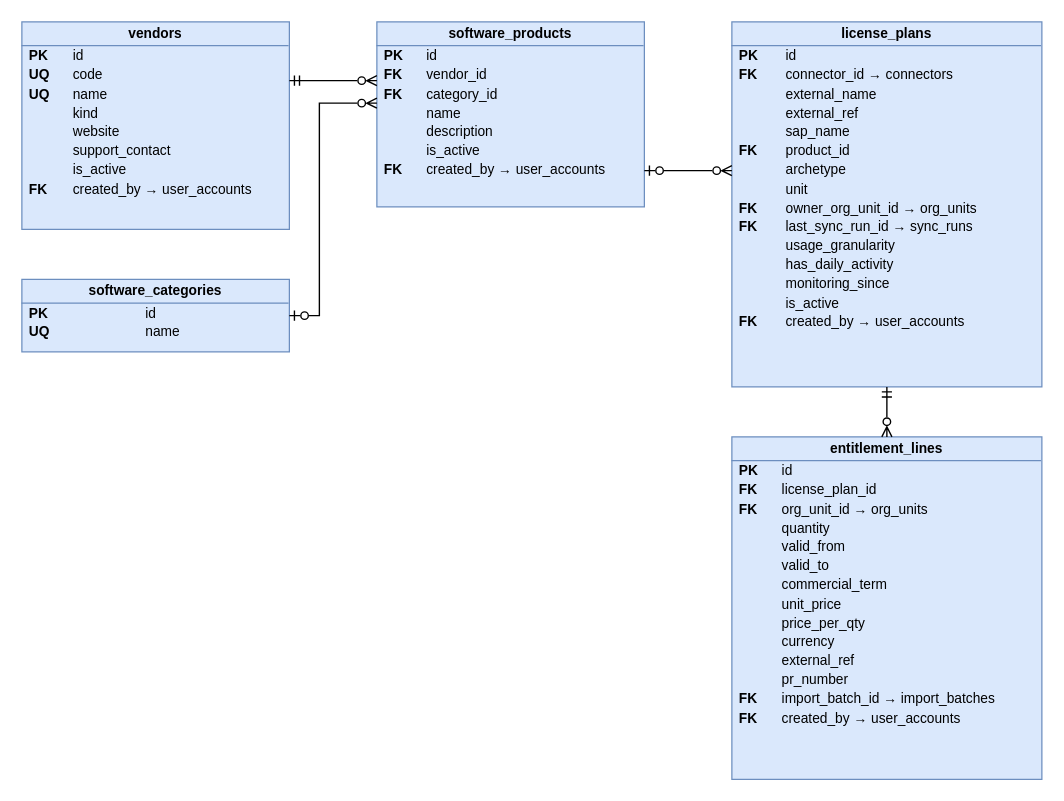
Before: docs/database/diagrams/erd_license_catalog.drawio in cuonglpv/VFast, a draw.io diagram. Source tidied: cells renumbered, new cells numbered last; positions are measured from the earlier drawing's top-left corner, leaving out a move shared by most shapes. Both pictures are drawn from the tidied source at 125%, with x=0, y=0 at pixel (21, 21).
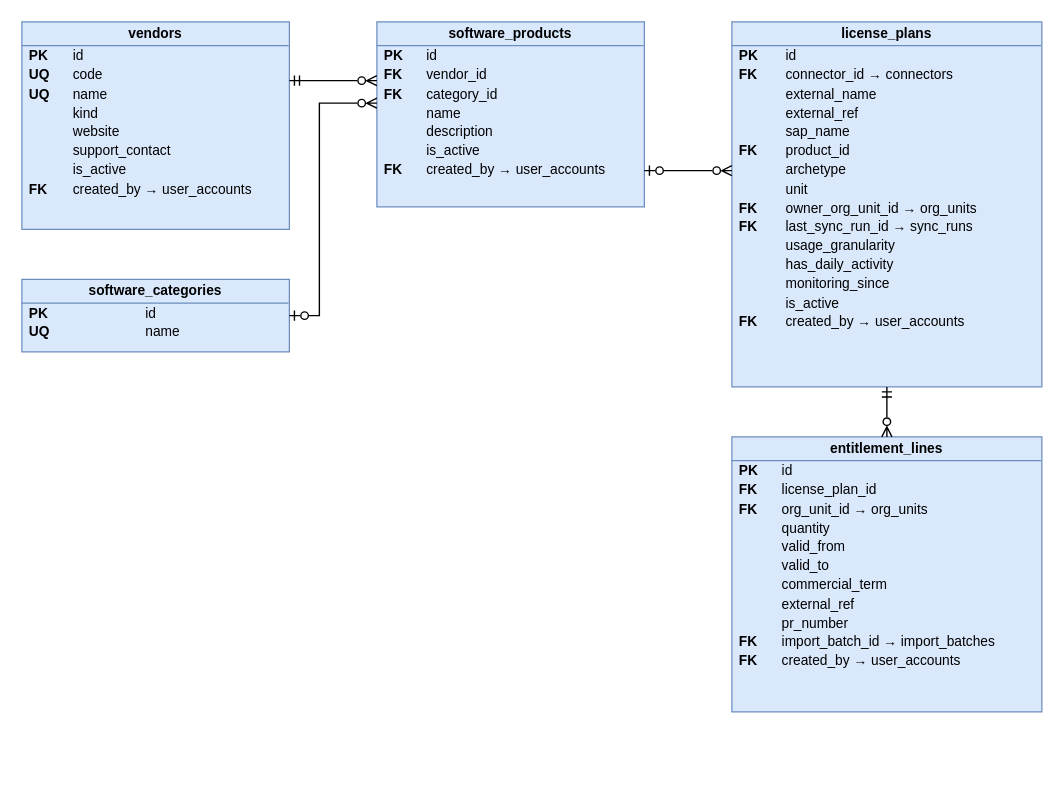
Above is the later version.

Diff of the diagram source:
```diff
@@
 <mxGraphModel>
   <root>
     <mxCell id="0" />
     <mxCell id="1" parent="0" />
     <mxCell id="2" value="&lt;div style=&quot;font-weight:bold;text-align:center;padding:3px 0;border-bottom:1px solid #6C8EBF;&quot;&gt;vendors&lt;/div&gt;&lt;table style=&quot;width:100%;font-size:11px;border-collapse:collapse;&quot;&gt;&lt;tr&gt;&lt;td style=&quot;padding:1px 8px 1px 6px;&quot;&gt;&lt;b&gt;PK&lt;/b&gt;&lt;/td&gt;&lt;td style=&quot;padding:1px 6px;&quot;&gt;id&lt;/td&gt;&lt;/tr&gt;&lt;tr&gt;&lt;td style=&quot;padding:1px 8px 1px 6px;&quot;&gt;&lt;b&gt;UQ&lt;/b&gt;&lt;/td&gt;&lt;td style=&quot;padding:1px 6px;&quot;&gt;code&lt;/td&gt;&lt;/tr&gt;&lt;tr&gt;&lt;td style=&quot;padding:1px 8px 1px 6px;&quot;&gt;&lt;b&gt;UQ&lt;/b&gt;&lt;/td&gt;&lt;td style=&quot;padding:1px 6px;&quot;&gt;name&lt;/td&gt;&lt;/tr&gt;&lt;tr&gt;&lt;td style=&quot;padding:1px 8px 1px 6px;&quot;&gt;&lt;b&gt;&lt;/b&gt;&lt;/td&gt;&lt;td style=&quot;padding:1px 6px;&quot;&gt;kind&lt;/td&gt;&lt;/tr&gt;&lt;tr&gt;&lt;td style=&quot;padding:1px 8px 1px 6px;&quot;&gt;&lt;b&gt;&lt;/b&gt;&lt;/td&gt;&lt;td style=&quot;padding:1px 6px;&quot;&gt;website&lt;/td&gt;&lt;/tr&gt;&lt;tr&gt;&lt;td style=&quot;padding:1px 8px 1px 6px;&quot;&gt;&lt;b&gt;&lt;/b&gt;&lt;/td&gt;&lt;td style=&quot;padding:1px 6px;&quot;&gt;support_contact&lt;/td&gt;&lt;/tr&gt;&lt;tr&gt;&lt;td style=&quot;padding:1px 8px 1px 6px;&quot;&gt;&lt;b&gt;&lt;/b&gt;&lt;/td&gt;&lt;td style=&quot;padding:1px 6px;&quot;&gt;is_active&lt;/td&gt;&lt;/tr&gt;&lt;tr&gt;&lt;td style=&quot;padding:1px 8px 1px 6px;&quot;&gt;&lt;b&gt;FK&lt;/b&gt;&lt;/td&gt;&lt;td style=&quot;padding:1px 6px;&quot;&gt;created_by → user_accounts&lt;/td&gt;&lt;/tr&gt;&lt;/table&gt;" style="rounded=0;whiteSpace=wrap;html=1;verticalAlign=top;align=left;spacing=0;overflow=fill;fillColor=#DAE8FC;strokeColor=#6C8EBF;fontSize=11;" parent="1" vertex="1">
       <mxGeometry width="214" height="166" as="geometry" />
     </mxCell>
     <mxCell id="3" value="&lt;div style=&quot;font-weight:bold;text-align:center;padding:3px 0;border-bottom:1px solid #6C8EBF;&quot;&gt;software_categories&lt;/div&gt;&lt;table style=&quot;width:100%;font-size:11px;border-collapse:collapse;&quot;&gt;&lt;tr&gt;&lt;td style=&quot;padding:1px 8px 1px 6px;&quot;&gt;&lt;b&gt;PK&lt;/b&gt;&lt;/td&gt;&lt;td style=&quot;padding:1px 6px;&quot;&gt;id&lt;/td&gt;&lt;/tr&gt;&lt;tr&gt;&lt;td style=&quot;padding:1px 8px 1px 6px;&quot;&gt;&lt;b&gt;UQ&lt;/b&gt;&lt;/td&gt;&lt;td style=&quot;padding:1px 6px;&quot;&gt;name&lt;/td&gt;&lt;/tr&gt;&lt;/table&gt;" style="rounded=0;whiteSpace=wrap;html=1;verticalAlign=top;align=left;spacing=0;overflow=fill;fillColor=#DAE8FC;strokeColor=#6C8EBF;fontSize=11;" parent="1" vertex="1">
       <mxGeometry y="206" width="214" height="58" as="geometry" />
     </mxCell>
     <mxCell id="4" value="&lt;div style=&quot;font-weight:bold;text-align:center;padding:3px 0;border-bottom:1px solid #6C8EBF;&quot;&gt;software_products&lt;/div&gt;&lt;table style=&quot;width:100%;font-size:11px;border-collapse:collapse;&quot;&gt;&lt;tr&gt;&lt;td style=&quot;padding:1px 8px 1px 6px;&quot;&gt;&lt;b&gt;PK&lt;/b&gt;&lt;/td&gt;&lt;td style=&quot;padding:1px 6px;&quot;&gt;id&lt;/td&gt;&lt;/tr&gt;&lt;tr&gt;&lt;td style=&quot;padding:1px 8px 1px 6px;&quot;&gt;&lt;b&gt;FK&lt;/b&gt;&lt;/td&gt;&lt;td style=&quot;padding:1px 6px;&quot;&gt;vendor_id&lt;/td&gt;&lt;/tr&gt;&lt;tr&gt;&lt;td style=&quot;padding:1px 8px 1px 6px;&quot;&gt;&lt;b&gt;FK&lt;/b&gt;&lt;/td&gt;&lt;td style=&quot;padding:1px 6px;&quot;&gt;category_id&lt;/td&gt;&lt;/tr&gt;&lt;tr&gt;&lt;td style=&quot;padding:1px 8px 1px 6px;&quot;&gt;&lt;b&gt;&lt;/b&gt;&lt;/td&gt;&lt;td style=&quot;padding:1px 6px;&quot;&gt;name&lt;/td&gt;&lt;/tr&gt;&lt;tr&gt;&lt;td style=&quot;padding:1px 8px 1px 6px;&quot;&gt;&lt;b&gt;&lt;/b&gt;&lt;/td&gt;&lt;td style=&quot;padding:1px 6px;&quot;&gt;description&lt;/td&gt;&lt;/tr&gt;&lt;tr&gt;&lt;td style=&quot;padding:1px 8px 1px 6px;&quot;&gt;&lt;b&gt;&lt;/b&gt;&lt;/td&gt;&lt;td style=&quot;padding:1px 6px;&quot;&gt;is_active&lt;/td&gt;&lt;/tr&gt;&lt;tr&gt;&lt;td style=&quot;padding:1px 8px 1px 6px;&quot;&gt;&lt;b&gt;FK&lt;/b&gt;&lt;/td&gt;&lt;td style=&quot;padding:1px 6px;&quot;&gt;created_by → user_accounts&lt;/td&gt;&lt;/tr&gt;&lt;/table&gt;" style="rounded=0;whiteSpace=wrap;html=1;verticalAlign=top;align=left;spacing=0;overflow=fill;fillColor=#DAE8FC;strokeColor=#6C8EBF;fontSize=11;" parent="1" vertex="1">
       <mxGeometry x="284" width="214" height="148" as="geometry" />
     </mxCell>
     <mxCell id="5" value="&lt;div style=&quot;font-weight:bold;text-align:center;padding:3px 0;border-bottom:1px solid #6C8EBF;&quot;&gt;license_plans&lt;/div&gt;&lt;table style=&quot;width:100%;font-size:11px;border-collapse:collapse;&quot;&gt;&lt;tr&gt;&lt;td style=&quot;padding:1px 8px 1px 6px;&quot;&gt;&lt;b&gt;PK&lt;/b&gt;&lt;/td&gt;&lt;td style=&quot;padding:1px 6px;&quot;&gt;id&lt;/td&gt;&lt;/tr&gt;&lt;tr&gt;&lt;td style=&quot;padding:1px 8px 1px 6px;&quot;&gt;&lt;b&gt;FK&lt;/b&gt;&lt;/td&gt;&lt;td style=&quot;padding:1px 6px;&quot;&gt;connector_id → connectors&lt;/td&gt;&lt;/tr&gt;&lt;tr&gt;&lt;td style=&quot;padding:1px 8px 1px 6px;&quot;&gt;&lt;b&gt;&lt;/b&gt;&lt;/td&gt;&lt;td style=&quot;padding:1px 6px;&quot;&gt;external_name&lt;/td&gt;&lt;/tr&gt;&lt;tr&gt;&lt;td style=&quot;padding:1px 8px 1px 6px;&quot;&gt;&lt;b&gt;&lt;/b&gt;&lt;/td&gt;&lt;td style=&quot;padding:1px 6px;&quot;&gt;external_ref&lt;/td&gt;&lt;/tr&gt;&lt;tr&gt;&lt;td style=&quot;padding:1px 8px 1px 6px;&quot;&gt;&lt;b&gt;&lt;/b&gt;&lt;/td&gt;&lt;td style=&quot;padding:1px 6px;&quot;&gt;sap_name&lt;/td&gt;&lt;/tr&gt;&lt;tr&gt;&lt;td style=&quot;padding:1px 8px 1px 6px;&quot;&gt;&lt;b&gt;FK&lt;/b&gt;&lt;/td&gt;&lt;td style=&quot;padding:1px 6px;&quot;&gt;product_id&lt;/td&gt;&lt;/tr&gt;&lt;tr&gt;&lt;td style=&quot;padding:1px 8px 1px 6px;&quot;&gt;&lt;b&gt;&lt;/b&gt;&lt;/td&gt;&lt;td style=&quot;padding:1px 6px;&quot;&gt;archetype&lt;/td&gt;&lt;/tr&gt;&lt;tr&gt;&lt;td style=&quot;padding:1px 8px 1px 6px;&quot;&gt;&lt;b&gt;&lt;/b&gt;&lt;/td&gt;&lt;td style=&quot;padding:1px 6px;&quot;&gt;unit&lt;/td&gt;&lt;/tr&gt;&lt;tr&gt;&lt;td style=&quot;padding:1px 8px 1px 6px;&quot;&gt;&lt;b&gt;FK&lt;/b&gt;&lt;/td&gt;&lt;td style=&quot;padding:1px 6px;&quot;&gt;owner_org_unit_id → org_units&lt;/td&gt;&lt;/tr&gt;&lt;tr&gt;&lt;td style=&quot;padding:1px 8px 1px 6px;&quot;&gt;&lt;b&gt;FK&lt;/b&gt;&lt;/td&gt;&lt;td style=&quot;padding:1px 6px;&quot;&gt;last_sync_run_id → sync_runs&lt;/td&gt;&lt;/tr&gt;&lt;tr&gt;&lt;td style=&quot;padding:1px 8px 1px 6px;&quot;&gt;&lt;b&gt;&lt;/b&gt;&lt;/td&gt;&lt;td style=&quot;padding:1px 6px;&quot;&gt;usage_granularity&lt;/td&gt;&lt;/tr&gt;&lt;tr&gt;&lt;td style=&quot;padding:1px 8px 1px 6px;&quot;&gt;&lt;b&gt;&lt;/b&gt;&lt;/td&gt;&lt;td style=&quot;padding:1px 6px;&quot;&gt;has_daily_activity&lt;/td&gt;&lt;/tr&gt;&lt;tr&gt;&lt;td style=&quot;padding:1px 8px 1px 6px;&quot;&gt;&lt;b&gt;&lt;/b&gt;&lt;/td&gt;&lt;td style=&quot;padding:1px 6px;&quot;&gt;monitoring_since&lt;/td&gt;&lt;/tr&gt;&lt;tr&gt;&lt;td style=&quot;padding:1px 8px 1px 6px;&quot;&gt;&lt;b&gt;&lt;/b&gt;&lt;/td&gt;&lt;td style=&quot;padding:1px 6px;&quot;&gt;is_active&lt;/td&gt;&lt;/tr&gt;&lt;tr&gt;&lt;td style=&quot;padding:1px 8px 1px 6px;&quot;&gt;&lt;b&gt;FK&lt;/b&gt;&lt;/td&gt;&lt;td style=&quot;padding:1px 6px;&quot;&gt;created_by → user_accounts&lt;/td&gt;&lt;/tr&gt;&lt;/table&gt;" style="rounded=0;whiteSpace=wrap;html=1;verticalAlign=top;align=left;spacing=0;overflow=fill;fillColor=#DAE8FC;strokeColor=#6C8EBF;fontSize=11;" parent="1" vertex="1">
       <mxGeometry x="568" width="248" height="292" as="geometry" />
     </mxCell>
-    <mxCell id="6" value="&lt;div style=&quot;font-weight:bold;text-align:center;padding:3px 0;border-bottom:1px solid #6C8EBF;&quot;&gt;entitlement_lines&lt;/div&gt;&lt;table style=&quot;width:100%;font-size:11px;border-collapse:collapse;&quot;&gt;&lt;tr&gt;&lt;td style=&quot;padding:1px 8px 1px 6px;&quot;&gt;&lt;b&gt;PK&lt;/b&gt;&lt;/td&gt;&lt;td style=&quot;padding:1px 6px;&quot;&gt;id&lt;/td&gt;&lt;/tr&gt;&lt;tr&gt;&lt;td style=&quot;padding:1px 8px 1px 6px;&quot;&gt;&lt;b&gt;FK&lt;/b&gt;&lt;/td&gt;&lt;td style=&quot;padding:1px 6px;&quot;&gt;license_plan_id&lt;/td&gt;&lt;/tr&gt;&lt;tr&gt;&lt;td style=&quot;padding:1px 8px 1px 6px;&quot;&gt;&lt;b&gt;FK&lt;/b&gt;&lt;/td&gt;&lt;td style=&quot;padding:1px 6px;&quot;&gt;org_unit_id → org_units&lt;/td&gt;&lt;/tr&gt;&lt;tr&gt;&lt;td style=&quot;padding:1px 8px 1px 6px;&quot;&gt;&lt;b&gt;&lt;/b&gt;&lt;/td&gt;&lt;td style=&quot;padding:1px 6px;&quot;&gt;quantity&lt;/td&gt;&lt;/tr&gt;&lt;tr&gt;&lt;td style=&quot;padding:1px 8px 1px 6px;&quot;&gt;&lt;b&gt;&lt;/b&gt;&lt;/td&gt;&lt;td style=&quot;padding:1px 6px;&quot;&gt;valid_from&lt;/td&gt;&lt;/tr&gt;&lt;tr&gt;&lt;td style=&quot;padding:1px 8px 1px 6px;&quot;&gt;&lt;b&gt;&lt;/b&gt;&lt;/td&gt;&lt;td style=&quot;padding:1px 6px;&quot;&gt;valid_to&lt;/td&gt;&lt;/tr&gt;&lt;tr&gt;&lt;td style=&quot;padding:1px 8px 1px 6px;&quot;&gt;&lt;b&gt;&lt;/b&gt;&lt;/td&gt;&lt;td style=&quot;padding:1px 6px;&quot;&gt;commercial_term&lt;/td&gt;&lt;/tr&gt;&lt;tr&gt;&lt;td style=&quot;padding:1px 8px 1px 6px;&quot;&gt;&lt;b&gt;&lt;/b&gt;&lt;/td&gt;&lt;td style=&quot;padding:1px 6px;&quot;&gt;unit_price&lt;/td&gt;&lt;/tr&gt;&lt;tr&gt;&lt;td style=&quot;padding:1px 8px 1px 6px;&quot;&gt;&lt;b&gt;&lt;/b&gt;&lt;/td&gt;&lt;td style=&quot;padding:1px 6px;&quot;&gt;price_per_qty&lt;/td&gt;&lt;/tr&gt;&lt;tr&gt;&lt;td style=&quot;padding:1px 8px 1px 6px;&quot;&gt;&lt;b&gt;&lt;/b&gt;&lt;/td&gt;&lt;td style=&quot;padding:1px 6px;&quot;&gt;currency&lt;/td&gt;&lt;/tr&gt;&lt;tr&gt;&lt;td style=&quot;padding:1px 8px 1px 6px;&quot;&gt;&lt;b&gt;&lt;/b&gt;&lt;/td&gt;&lt;td style=&quot;padding:1px 6px;&quot;&gt;external_ref&lt;/td&gt;&lt;/tr&gt;&lt;tr&gt;&lt;td style=&quot;padding:1px 8px 1px 6px;&quot;&gt;&lt;b&gt;&lt;/b&gt;&lt;/td&gt;&lt;td style=&quot;padding:1px 6px;&quot;&gt;pr_number&lt;/td&gt;&lt;/tr&gt;&lt;tr&gt;&lt;td style=&quot;padding:1px 8px 1px 6px;&quot;&gt;&lt;b&gt;FK&lt;/b&gt;&lt;/td&gt;&lt;td style=&quot;padding:1px 6px;&quot;&gt;import_batch_id → import_batches&lt;/td&gt;&lt;/tr&gt;&lt;tr&gt;&lt;td style=&quot;padding:1px 8px 1px 6px;&quot;&gt;&lt;b&gt;FK&lt;/b&gt;&lt;/td&gt;&lt;td style=&quot;padding:1px 6px;&quot;&gt;created_by → user_accounts&lt;/td&gt;&lt;/tr&gt;&lt;/table&gt;" style="rounded=0;whiteSpace=wrap;html=1;verticalAlign=top;align=left;spacing=0;overflow=fill;fillColor=#DAE8FC;strokeColor=#6C8EBF;fontSize=11;" parent="1" vertex="1">
-      <mxGeometry x="568" y="332" width="248" height="274" as="geometry" />
+    <mxCell id="6" value="&lt;div style=&quot;font-weight:bold;text-align:center;padding:3px 0;border-bottom:1px solid #6C8EBF;&quot;&gt;entitlement_lines&lt;/div&gt;&lt;table style=&quot;width:100%;font-size:11px;border-collapse:collapse;&quot;&gt;&lt;tr&gt;&lt;td style=&quot;padding:1px 8px 1px 6px;&quot;&gt;&lt;b&gt;PK&lt;/b&gt;&lt;/td&gt;&lt;td style=&quot;padding:1px 6px;&quot;&gt;id&lt;/td&gt;&lt;/tr&gt;&lt;tr&gt;&lt;td style=&quot;padding:1px 8px 1px 6px;&quot;&gt;&lt;b&gt;FK&lt;/b&gt;&lt;/td&gt;&lt;td style=&quot;padding:1px 6px;&quot;&gt;license_plan_id&lt;/td&gt;&lt;/tr&gt;&lt;tr&gt;&lt;td style=&quot;padding:1px 8px 1px 6px;&quot;&gt;&lt;b&gt;FK&lt;/b&gt;&lt;/td&gt;&lt;td style=&quot;padding:1px 6px;&quot;&gt;org_unit_id → org_units&lt;/td&gt;&lt;/tr&gt;&lt;tr&gt;&lt;td style=&quot;padding:1px 8px 1px 6px;&quot;&gt;&lt;b&gt;&lt;/b&gt;&lt;/td&gt;&lt;td style=&quot;padding:1px 6px;&quot;&gt;quantity&lt;/td&gt;&lt;/tr&gt;&lt;tr&gt;&lt;td style=&quot;padding:1px 8px 1px 6px;&quot;&gt;&lt;b&gt;&lt;/b&gt;&lt;/td&gt;&lt;td style=&quot;padding:1px 6px;&quot;&gt;valid_from&lt;/td&gt;&lt;/tr&gt;&lt;tr&gt;&lt;td style=&quot;padding:1px 8px 1px 6px;&quot;&gt;&lt;b&gt;&lt;/b&gt;&lt;/td&gt;&lt;td style=&quot;padding:1px 6px;&quot;&gt;valid_to&lt;/td&gt;&lt;/tr&gt;&lt;tr&gt;&lt;td style=&quot;padding:1px 8px 1px 6px;&quot;&gt;&lt;b&gt;&lt;/b&gt;&lt;/td&gt;&lt;td style=&quot;padding:1px 6px;&quot;&gt;commercial_term&lt;/td&gt;&lt;/tr&gt;&lt;tr&gt;&lt;td style=&quot;padding:1px 8px 1px 6px;&quot;&gt;&lt;b&gt;&lt;/b&gt;&lt;/td&gt;&lt;td style=&quot;padding:1px 6px;&quot;&gt;external_ref&lt;/td&gt;&lt;/tr&gt;&lt;tr&gt;&lt;td style=&quot;padding:1px 8px 1px 6px;&quot;&gt;&lt;b&gt;&lt;/b&gt;&lt;/td&gt;&lt;td style=&quot;padding:1px 6px;&quot;&gt;pr_number&lt;/td&gt;&lt;/tr&gt;&lt;tr&gt;&lt;td style=&quot;padding:1px 8px 1px 6px;&quot;&gt;&lt;b&gt;FK&lt;/b&gt;&lt;/td&gt;&lt;td style=&quot;padding:1px 6px;&quot;&gt;import_batch_id → import_batches&lt;/td&gt;&lt;/tr&gt;&lt;tr&gt;&lt;td style=&quot;padding:1px 8px 1px 6px;&quot;&gt;&lt;b&gt;FK&lt;/b&gt;&lt;/td&gt;&lt;td style=&quot;padding:1px 6px;&quot;&gt;created_by → user_accounts&lt;/td&gt;&lt;/tr&gt;&lt;/table&gt;" style="rounded=0;whiteSpace=wrap;html=1;verticalAlign=top;align=left;spacing=0;overflow=fill;fillColor=#DAE8FC;strokeColor=#6C8EBF;fontSize=11;" parent="1" vertex="1">
+      <mxGeometry x="568" y="332" width="248" height="220" as="geometry" />
     </mxCell>
     <mxCell id="7" style="html=1;rounded=0;endArrow=ERzeroToMany;endFill=0;startArrow=ERmandOne;startFill=0;strokeColor=#000000;strokeWidth=1.1;" parent="1" edge="1">
       <mxGeometry relative="1" as="geometry">
         <mxPoint x="214" y="47" as="sourcePoint" />
         <mxPoint x="284" y="47" as="targetPoint" />
       </mxGeometry>
     </mxCell>
     <mxCell id="8" style="html=1;rounded=0;endArrow=ERzeroToMany;endFill=0;startArrow=ERzeroToOne;startFill=0;strokeColor=#000000;strokeWidth=1.1;" parent="1" edge="1">
       <mxGeometry relative="1" as="geometry">
         <mxPoint x="214" y="235" as="sourcePoint" />
         <mxPoint x="284" y="65" as="targetPoint" />
         <Array as="points">
           <mxPoint x="238" y="235" />
           <mxPoint x="238" y="65" />
         </Array>
       </mxGeometry>
     </mxCell>
     <mxCell id="9" style="html=1;rounded=0;endArrow=ERzeroToMany;endFill=0;startArrow=ERzeroToOne;startFill=0;strokeColor=#000000;strokeWidth=1.1;" parent="1" edge="1">
       <mxGeometry relative="1" as="geometry">
         <mxPoint x="498" y="119" as="sourcePoint" />
         <mxPoint x="568" y="119" as="targetPoint" />
       </mxGeometry>
     </mxCell>
     <mxCell id="10" style="html=1;rounded=0;endArrow=ERzeroToMany;endFill=0;startArrow=ERmandOne;startFill=0;strokeColor=#000000;strokeWidth=1.1;" parent="1" edge="1">
       <mxGeometry relative="1" as="geometry">
         <mxPoint x="692" y="292" as="sourcePoint" />
         <mxPoint x="692" y="332" as="targetPoint" />
       </mxGeometry>
     </mxCell>
   </root>
 </mxGraphModel>
```
